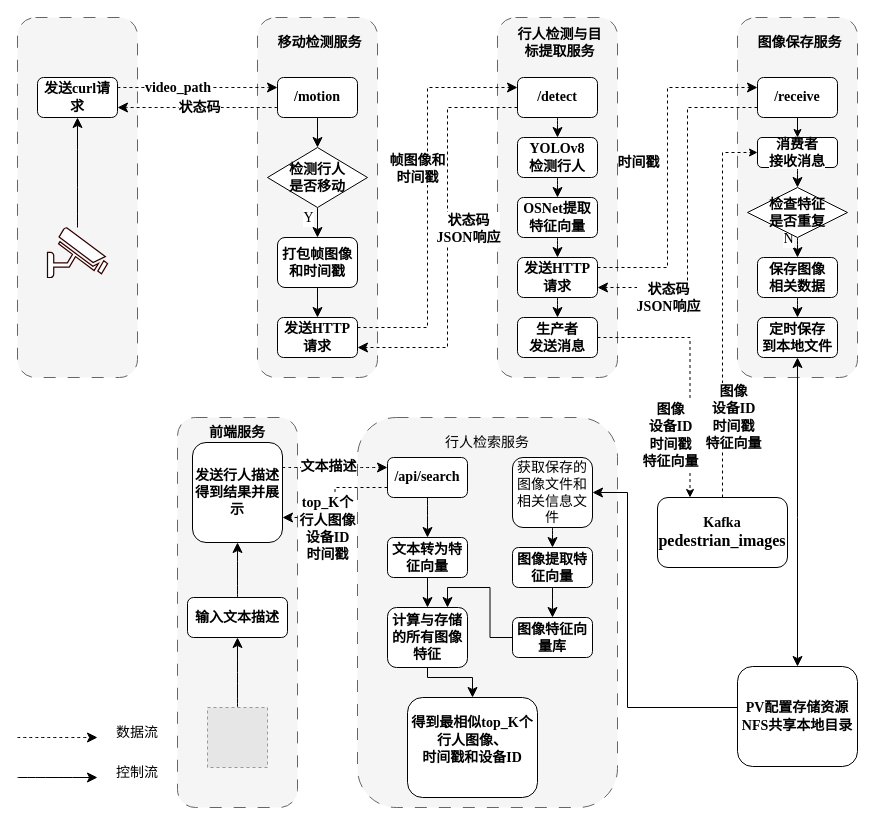
Before: page "系统工作流" (5 of 7) of directory/边缘架构.drawio in lllwwwooo/draw.io, a draw.io diagram. Source tidied: cells renumbered, new cells numbered last; positions are measured from the earlier drawing's top-left corner, leaving out a move shared by most shapes. Both pictures are drawn from the tidied source at 100%, with x=0, y=0 at pixel (17, 17). Pictures stored in the file or linked from it are replaced by grey dashed boxes.
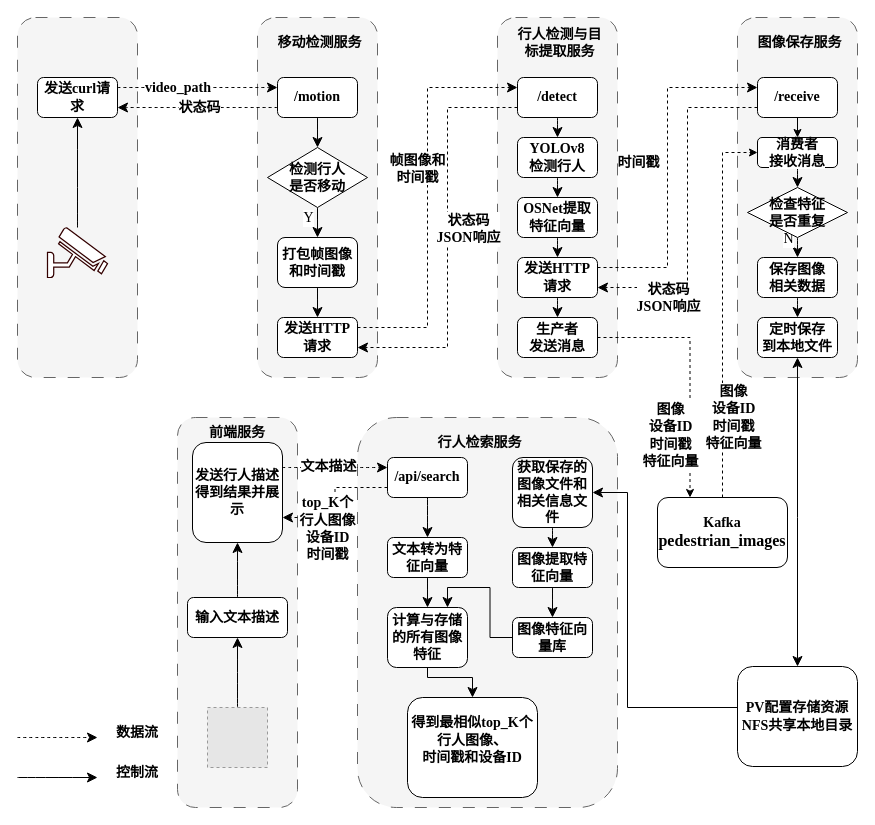
The same page after the edit.

Commit message (it also covers changes not shown here):
更新边缘架构.drawio

Diff of the diagram source:
```diff
@@
-    <mxCell id="33" value="&lt;font style=&quot;font-size: 14px;&quot; face=&quot;宋体&quot;&gt;数据流&lt;/font&gt;" style="text;html=1;align=center;verticalAlign=middle;whiteSpace=wrap;rounded=0;" parent="1" vertex="1">
+    <mxCell id="33" value="&lt;font style=&quot;font-size: 14px;&quot; face=&quot;宋体&quot;&gt;&lt;b&gt;数据流&lt;/b&gt;&lt;/font&gt;" style="text;html=1;align=center;verticalAlign=middle;whiteSpace=wrap;rounded=0;" parent="1" vertex="1">
       <mxGeometry x="90" y="700" width="60" height="30" as="geometry" />
     </mxCell>
@@
-    <mxCell id="35" value="&lt;font style=&quot;font-size: 14px;&quot; face=&quot;宋体&quot;&gt;控制流&lt;/font&gt;" style="text;html=1;align=center;verticalAlign=middle;whiteSpace=wrap;rounded=0;" parent="1" vertex="1">
+    <mxCell id="35" value="&lt;font style=&quot;font-size: 14px;&quot; face=&quot;宋体&quot;&gt;&lt;b&gt;控制流&lt;/b&gt;&lt;/font&gt;" style="text;html=1;align=center;verticalAlign=middle;whiteSpace=wrap;rounded=0;" parent="1" vertex="1">
       <mxGeometry x="90" y="740" width="60" height="30" as="geometry" />
     </mxCell>
@@
-    <mxCell id="63" value="&lt;font face=&quot;宋体&quot; style=&quot;font-size: 14px;&quot;&gt;行人检索服务&lt;/font&gt;" style="text;html=1;align=center;verticalAlign=middle;whiteSpace=wrap;rounded=0;" parent="1" vertex="1">
-      <mxGeometry x="425" y="410" width="90" height="30" as="geometry" />
+    <mxCell id="63" value="&lt;font face=&quot;宋体&quot; style=&quot;font-size: 14px;&quot;&gt;&lt;b&gt;行人检索服务&lt;/b&gt;&lt;/font&gt;" style="text;html=1;align=center;verticalAlign=middle;whiteSpace=wrap;rounded=0;" parent="1" vertex="1">
+      <mxGeometry x="410" y="410" width="105" height="30" as="geometry" />
     </mxCell>
@@
-    <mxCell id="72" value="&lt;font face=&quot;宋体&quot;&gt;&lt;font style=&quot;font-size: 14px;&quot;&gt;获取保存的&lt;/font&gt;&lt;font style=&quot;font-size: 14px;&quot;&gt;图像文件和相关信息文件&lt;/font&gt;&lt;/font&gt;" style="rounded=1;whiteSpace=wrap;html=1;" parent="1" vertex="1">
+    <mxCell id="72" value="&lt;font face=&quot;宋体&quot;&gt;&lt;b&gt;&lt;font style=&quot;font-size: 14px;&quot;&gt;获取保存的&lt;/font&gt;&lt;font style=&quot;font-size: 14px;&quot;&gt;图像文件和相关信息文件&lt;/font&gt;&lt;/b&gt;&lt;/font&gt;" style="rounded=1;whiteSpace=wrap;html=1;" parent="1" vertex="1">
       <mxGeometry x="495" y="440" width="80" height="70" as="geometry" />
     </mxCell>
```
